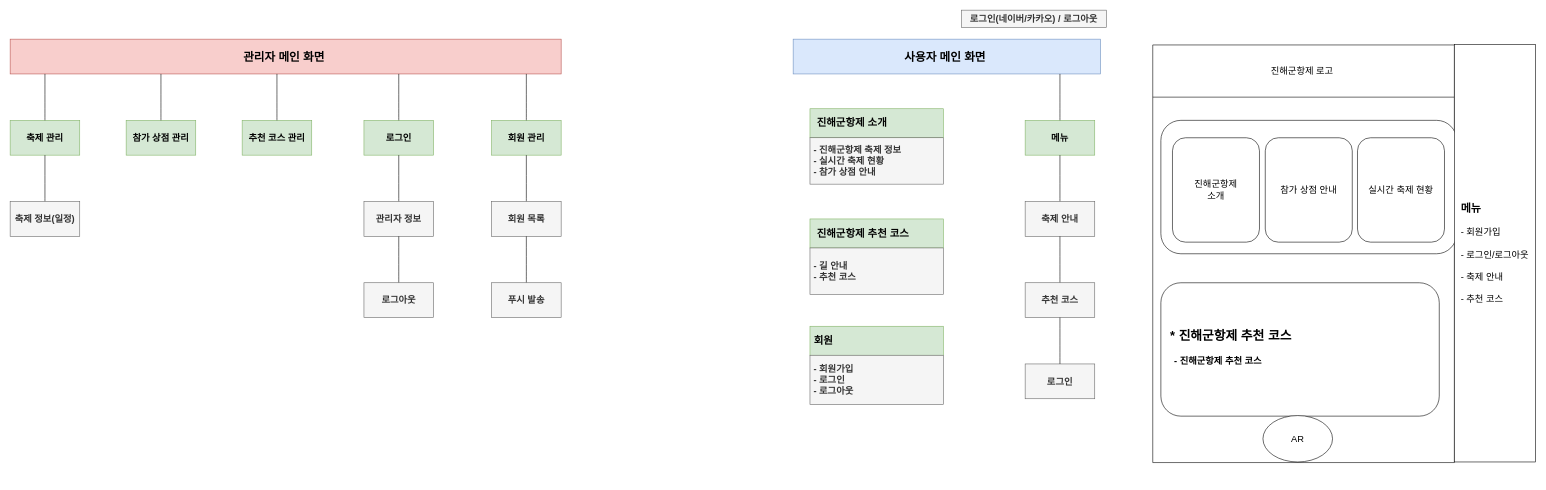
Above: 진해군항제_사이트맵.drawio in gyrud02/java_study (draw.io), before the change. Source tidied: cells renumbered, new cells numbered last; positions are measured from the earlier drawing's top-left corner, leaving out a move shared by most shapes. Both pictures are drawn from the tidied source at 58%, with x=0, y=0 at pixel (10, 10).
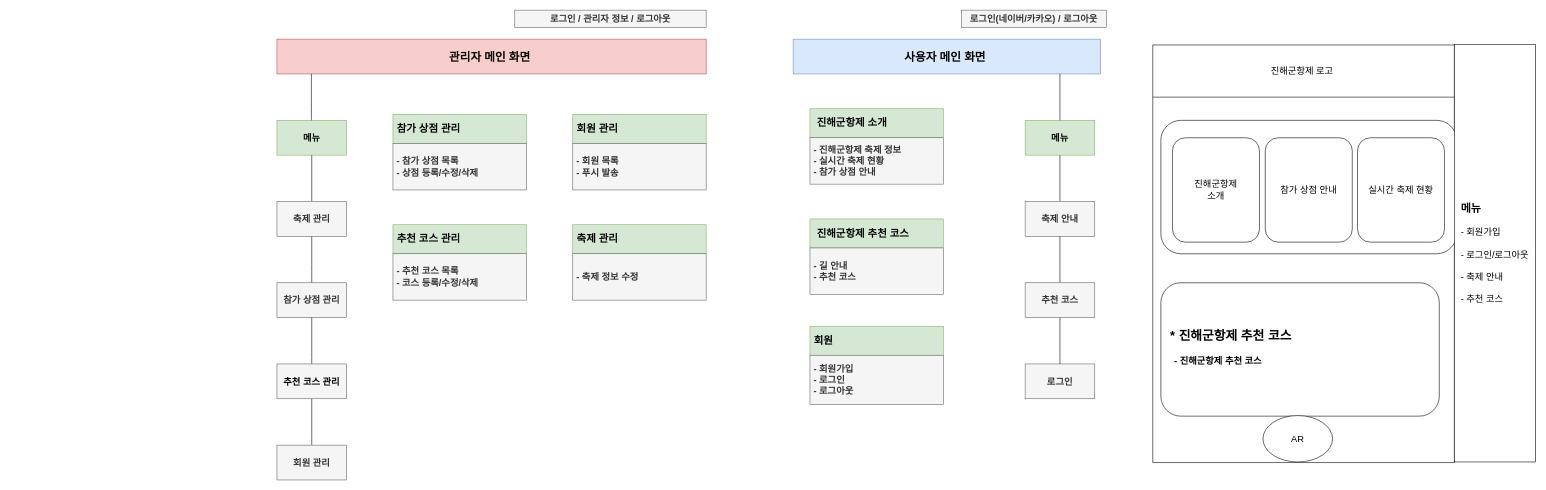
Above is the later version.

Commit message:
진해군항제_사이트맵.drawio 업데이트

Change to the diagram source:
```diff
@@
-    <mxCell id="2" value="관리자 메인 화면&amp;nbsp;" style="rounded=0;whiteSpace=wrap;html=1;fontSize=20;fillColor=#f8cecc;strokeColor=#b85450;fontStyle=1;" parent="1" vertex="1">
-      <mxGeometry y="50" width="950" height="60" as="geometry" />
-    </mxCell>
-    <mxCell id="3" value="&lt;b&gt;추천 코스 관리&lt;/b&gt;" style="rounded=0;whiteSpace=wrap;html=1;fontSize=16;fillColor=#d5e8d4;strokeColor=#82b366;" parent="1" vertex="1">
-      <mxGeometry x="400" y="190" width="120" height="60" as="geometry" />
-    </mxCell>
-    <mxCell id="4" value="로그인" style="rounded=0;whiteSpace=wrap;html=1;fontSize=16;fillColor=#d5e8d4;strokeColor=#82b366;fontStyle=1;" parent="1" vertex="1">
-      <mxGeometry x="610" y="190" width="120" height="60" as="geometry" />
-    </mxCell>
-    <mxCell id="5" style="group;fontStyle=1;" parent="1" vertex="1">
-      <mxGeometry x="610" y="250" width="120" height="140" as="geometry" />
-    </mxCell>
-    <mxCell id="6" style="endArrow=none;html=1;rounded=0;fontSize=12;startSize=8;endSize=8;curved=1;" parent="5" edge="1">
-      <mxGeometry relative="1" as="geometry">
-        <mxPoint x="60" y="80" as="sourcePoint" />
-        <mxPoint x="60" as="targetPoint" />
-      </mxGeometry>
-    </mxCell>
-    <mxCell id="7" value="관리자 정보" style="rounded=0;whiteSpace=wrap;html=1;fontSize=16;fillColor=#f5f5f5;strokeColor=#666666;fontStyle=1;fontColor=#333333;" parent="5" vertex="1">
-      <mxGeometry y="80" width="120" height="60" as="geometry" />
-    </mxCell>
-    <mxCell id="8" value="축제 관리" style="rounded=0;whiteSpace=wrap;html=1;fontSize=16;fillColor=#d5e8d4;strokeColor=#82b366;fontStyle=1;" parent="1" vertex="1">
-      <mxGeometry y="190" width="120" height="60" as="geometry" />
-    </mxCell>
-    <mxCell id="9" style="endArrow=none;html=1;rounded=0;fontSize=12;startSize=8;endSize=8;curved=1;" parent="1" edge="1">
-      <mxGeometry relative="1" as="geometry">
-        <mxPoint x="60" y="330" as="sourcePoint" />
-        <mxPoint x="60" y="250" as="targetPoint" />
-      </mxGeometry>
-    </mxCell>
-    <mxCell id="10" value="&lt;span style=&quot;&quot;&gt;축제 정보(일정)&lt;/span&gt;" style="rounded=0;whiteSpace=wrap;html=1;fontSize=16;fillColor=#f5f5f5;strokeColor=#666666;fontStyle=1;fontColor=#333333;" parent="1" vertex="1">
-      <mxGeometry y="330" width="120" height="60" as="geometry" />
-    </mxCell>
-    <mxCell id="11" style="endArrow=none;html=1;rounded=0;fontSize=12;startSize=8;endSize=8;curved=1;" parent="1" edge="1">
-      <mxGeometry relative="1" as="geometry">
-        <mxPoint x="60" y="190" as="sourcePoint" />
-        <mxPoint x="60" y="110" as="targetPoint" />
-      </mxGeometry>
-    </mxCell>
-    <mxCell id="12" style="endArrow=none;html=1;rounded=0;fontSize=12;startSize=8;endSize=8;curved=1;" parent="1" edge="1">
-      <mxGeometry relative="1" as="geometry">
-        <mxPoint x="460" y="190" as="sourcePoint" />
-        <mxPoint x="460" y="110" as="targetPoint" />
-      </mxGeometry>
-    </mxCell>
-    <mxCell id="13" style="endArrow=none;html=1;rounded=0;fontSize=12;startSize=8;endSize=8;curved=1;" parent="1" edge="1">
-      <mxGeometry relative="1" as="geometry">
-        <mxPoint x="670" y="190" as="sourcePoint" />
-        <mxPoint x="670" y="110" as="targetPoint" />
-      </mxGeometry>
-    </mxCell>
-    <mxCell id="14" value="회원 관리" style="rounded=0;whiteSpace=wrap;html=1;fontSize=16;fillColor=#d5e8d4;strokeColor=#82b366;fontStyle=1;" parent="1" vertex="1">
-      <mxGeometry x="830" y="190" width="120" height="60" as="geometry" />
-    </mxCell>
-    <mxCell id="15" style="group;fontStyle=1;" parent="1" vertex="1">
-      <mxGeometry x="830" y="250" width="120" height="140" as="geometry" />
-    </mxCell>
-    <mxCell id="16" style="endArrow=none;html=1;rounded=0;fontSize=12;startSize=8;endSize=8;curved=1;" parent="15" edge="1">
-      <mxGeometry relative="1" as="geometry">
-        <mxPoint x="60" y="80" as="sourcePoint" />
-        <mxPoint x="60" as="targetPoint" />
-      </mxGeometry>
-    </mxCell>
-    <mxCell id="17" value="회원 목록" style="rounded=0;whiteSpace=wrap;html=1;fontSize=16;fillColor=#f5f5f5;strokeColor=#666666;fontStyle=1;fontColor=#333333;" parent="15" vertex="1">
-      <mxGeometry y="80" width="120" height="60" as="geometry" />
-    </mxCell>
-    <mxCell id="18" style="endArrow=none;html=1;rounded=0;fontSize=12;startSize=8;endSize=8;curved=1;" parent="1" edge="1">
-      <mxGeometry relative="1" as="geometry">
-        <mxPoint x="890" y="190" as="sourcePoint" />
-        <mxPoint x="890" y="110" as="targetPoint" />
-      </mxGeometry>
-    </mxCell>
-    <mxCell id="19" style="group;fontStyle=1;" parent="1" vertex="1">
-      <mxGeometry x="610" y="390" width="120" height="140" as="geometry" />
-    </mxCell>
-    <mxCell id="20" style="endArrow=none;html=1;rounded=0;fontSize=12;startSize=8;endSize=8;curved=1;" parent="19" edge="1">
-      <mxGeometry relative="1" as="geometry">
-        <mxPoint x="60" y="80" as="sourcePoint" />
-        <mxPoint x="60" as="targetPoint" />
-      </mxGeometry>
-    </mxCell>
-    <mxCell id="21" value="로그아웃" style="rounded=0;whiteSpace=wrap;html=1;fontSize=16;fillColor=#f5f5f5;strokeColor=#666666;fontStyle=1;fontColor=#333333;" parent="19" vertex="1">
-      <mxGeometry y="80" width="120" height="60" as="geometry" />
-    </mxCell>
-    <mxCell id="22" style="group;fontStyle=1;" parent="1" vertex="1">
-      <mxGeometry x="830" y="390" width="120" height="140" as="geometry" />
-    </mxCell>
-    <mxCell id="23" style="endArrow=none;html=1;rounded=0;fontSize=12;startSize=8;endSize=8;curved=1;" parent="22" edge="1">
-      <mxGeometry relative="1" as="geometry">
-        <mxPoint x="60" y="80" as="sourcePoint" />
-        <mxPoint x="60" as="targetPoint" />
-      </mxGeometry>
-    </mxCell>
-    <mxCell id="24" value="푸시 발송" style="rounded=0;whiteSpace=wrap;html=1;fontSize=16;fillColor=#f5f5f5;strokeColor=#666666;fontStyle=1;fontColor=#333333;" parent="22" vertex="1">
-      <mxGeometry y="80" width="120" height="60" as="geometry" />
-    </mxCell>
-    <mxCell id="25" value="참가 상점 관리" style="rounded=0;whiteSpace=wrap;html=1;fontSize=16;fillColor=#d5e8d4;strokeColor=#82b366;fontStyle=1;" parent="1" vertex="1">
-      <mxGeometry x="200" y="190" width="120" height="60" as="geometry" />
-    </mxCell>
-    <mxCell id="26" style="endArrow=none;html=1;rounded=0;fontSize=12;startSize=8;endSize=8;curved=1;" parent="1" edge="1">
-      <mxGeometry relative="1" as="geometry">
-        <mxPoint x="260" y="190" as="sourcePoint" />
-        <mxPoint x="260" y="110" as="targetPoint" />
-      </mxGeometry>
-    </mxCell>
@@
+    <mxCell id="55" style="group;" parent="1" vertex="1">
+      <mxGeometry x="460" width="740" height="810" as="geometry" />
+    </mxCell>
+    <mxCell id="2" value="관리자 메인 화면&amp;nbsp;" style="rounded=0;whiteSpace=wrap;html=1;fontSize=20;fillColor=#f8cecc;strokeColor=#b85450;fontStyle=1;" parent="55" vertex="1">
+      <mxGeometry y="50" width="740" height="60" as="geometry" />
+    </mxCell>
+    <mxCell id="56" value="로그인 / 관리자 정보 / 로그아웃" style="rounded=0;whiteSpace=wrap;html=1;fontSize=16;fillColor=#f5f5f5;strokeColor=#666666;fontStyle=1;fontColor=#333333;" parent="55" vertex="1">
+      <mxGeometry x="410" width="330" height="30" as="geometry" />
+    </mxCell>
+    <mxCell id="57" value="메뉴" style="rounded=0;whiteSpace=wrap;html=1;fontSize=16;fillColor=#d5e8d4;strokeColor=#82b366;fontStyle=1;" parent="55" vertex="1">
+      <mxGeometry y="190" width="120" height="60" as="geometry" />
+    </mxCell>
+    <mxCell id="58" style="endArrow=none;html=1;rounded=0;fontSize=12;startSize=8;endSize=8;curved=1;" parent="55" edge="1">
+      <mxGeometry relative="1" as="geometry">
+        <mxPoint x="60" y="330" as="sourcePoint" />
+        <mxPoint x="60" y="250" as="targetPoint" />
+      </mxGeometry>
+    </mxCell>
+    <mxCell id="59" value="축제 관리" style="rounded=0;whiteSpace=wrap;html=1;fontSize=16;fillColor=#f5f5f5;strokeColor=#666666;fontStyle=1;fontColor=#333333;" parent="55" vertex="1">
+      <mxGeometry y="330" width="120" height="60" as="geometry" />
+    </mxCell>
+    <mxCell id="60" style="endArrow=none;html=1;rounded=0;fontSize=12;startSize=8;endSize=8;curved=1;" parent="55" edge="1">
+      <mxGeometry relative="1" as="geometry">
+        <mxPoint x="60" y="470" as="sourcePoint" />
+        <mxPoint x="60" y="390" as="targetPoint" />
+      </mxGeometry>
+    </mxCell>
+    <mxCell id="61" value="참가 상점 관리" style="rounded=0;whiteSpace=wrap;html=1;fontSize=16;fillColor=#f5f5f5;strokeColor=#666666;fontStyle=1;fontColor=#333333;" parent="55" vertex="1">
+      <mxGeometry y="470" width="120" height="60" as="geometry" />
+    </mxCell>
+    <mxCell id="62" style="endArrow=none;html=1;rounded=0;fontSize=12;startSize=8;endSize=8;curved=1;" parent="55" edge="1">
+      <mxGeometry relative="1" as="geometry">
+        <mxPoint x="60" y="610" as="sourcePoint" />
+        <mxPoint x="60" y="530" as="targetPoint" />
+      </mxGeometry>
+    </mxCell>
+    <mxCell id="63" value="&lt;b style=&quot;border-color: var(--border-color); color: rgb(0, 0, 0);&quot;&gt;추천 코스 관리&lt;/b&gt;" style="rounded=0;whiteSpace=wrap;html=1;fontSize=16;fillColor=#f5f5f5;strokeColor=#666666;fontStyle=1;fontColor=#333333;" parent="55" vertex="1">
+      <mxGeometry y="610" width="120" height="60" as="geometry" />
+    </mxCell>
+    <mxCell id="64" style="endArrow=none;html=1;rounded=0;fontSize=12;startSize=8;endSize=8;curved=1;" parent="55" edge="1">
+      <mxGeometry relative="1" as="geometry">
+        <mxPoint x="60" y="750" as="sourcePoint" />
+        <mxPoint x="60" y="670" as="targetPoint" />
+      </mxGeometry>
+    </mxCell>
+    <mxCell id="65" value="회원 관리" style="rounded=0;whiteSpace=wrap;html=1;fontSize=16;fillColor=#f5f5f5;strokeColor=#666666;fontStyle=1;fontColor=#333333;" parent="55" vertex="1">
+      <mxGeometry y="750" width="120" height="60" as="geometry" />
+    </mxCell>
+    <mxCell id="66" style="endArrow=none;html=1;rounded=0;fontSize=12;startSize=8;endSize=8;curved=1;" parent="55" edge="1">
+      <mxGeometry relative="1" as="geometry">
+        <mxPoint x="59.4" y="190" as="sourcePoint" />
+        <mxPoint x="59.4" y="110" as="targetPoint" />
+      </mxGeometry>
+    </mxCell>
+    <mxCell id="67" value="&amp;nbsp;참가 상점 관리" style="rounded=0;whiteSpace=wrap;html=1;fontSize=18;fillColor=#d5e8d4;strokeColor=#82b366;fontStyle=1;align=left;" parent="55" vertex="1">
+      <mxGeometry x="200" y="180" width="230" height="50" as="geometry" />
+    </mxCell>
+    <mxCell id="68" value="&lt;span style=&quot;&quot;&gt;&amp;nbsp;- 참가 상점 목록&lt;br&gt;&amp;nbsp;- 상점 등록/수정/삭제&lt;br&gt;&lt;/span&gt;" style="rounded=0;whiteSpace=wrap;html=1;fontSize=16;fillColor=#f5f5f5;strokeColor=#666666;fontStyle=1;fontColor=#333333;align=left;" parent="55" vertex="1">
+      <mxGeometry x="200" y="230" width="230" height="80" as="geometry" />
+    </mxCell>
+    <mxCell id="69" value="&amp;nbsp;추천 코스 관리" style="rounded=0;whiteSpace=wrap;html=1;fontSize=18;fillColor=#d5e8d4;strokeColor=#82b366;fontStyle=1;align=left;" parent="55" vertex="1">
+      <mxGeometry x="200" y="370" width="230" height="50" as="geometry" />
+    </mxCell>
+    <mxCell id="70" value="&lt;span style=&quot;&quot;&gt;&amp;nbsp;- 추천 코스 목록&lt;br&gt;&amp;nbsp;- 코스 등록/수정/삭제&lt;br&gt;&lt;/span&gt;" style="rounded=0;whiteSpace=wrap;html=1;fontSize=16;fillColor=#f5f5f5;strokeColor=#666666;fontStyle=1;fontColor=#333333;align=left;" parent="55" vertex="1">
+      <mxGeometry x="200" y="420" width="230" height="80" as="geometry" />
+    </mxCell>
+    <mxCell id="71" value="&amp;nbsp;축제 관리" style="rounded=0;whiteSpace=wrap;html=1;fontSize=18;fillColor=#d5e8d4;strokeColor=#82b366;fontStyle=1;align=left;" parent="55" vertex="1">
+      <mxGeometry x="510" y="370" width="230" height="50" as="geometry" />
+    </mxCell>
+    <mxCell id="72" value="&lt;span style=&quot;&quot;&gt;&amp;nbsp;- 축제 정보 수정&lt;br&gt;&lt;/span&gt;" style="rounded=0;whiteSpace=wrap;html=1;fontSize=16;fillColor=#f5f5f5;strokeColor=#666666;fontStyle=1;fontColor=#333333;align=left;" parent="55" vertex="1">
+      <mxGeometry x="510" y="420" width="230" height="80" as="geometry" />
+    </mxCell>
+    <mxCell id="73" value="&amp;nbsp;회원 관리" style="rounded=0;whiteSpace=wrap;html=1;fontSize=18;fillColor=#d5e8d4;strokeColor=#82b366;fontStyle=1;align=left;" parent="55" vertex="1">
+      <mxGeometry x="510" y="180" width="230" height="50" as="geometry" />
+    </mxCell>
+    <mxCell id="74" value="&amp;nbsp;- 회원 목록&lt;br style=&quot;border-color: var(--border-color);&quot;&gt;&amp;nbsp;- 푸시 발송&lt;span style=&quot;&quot;&gt;&lt;br&gt;&lt;/span&gt;" style="rounded=0;whiteSpace=wrap;html=1;fontSize=16;fillColor=#f5f5f5;strokeColor=#666666;fontStyle=1;fontColor=#333333;align=left;" parent="55" vertex="1">
+      <mxGeometry x="510" y="230" width="230" height="80" as="geometry" />
+    </mxCell>
```
